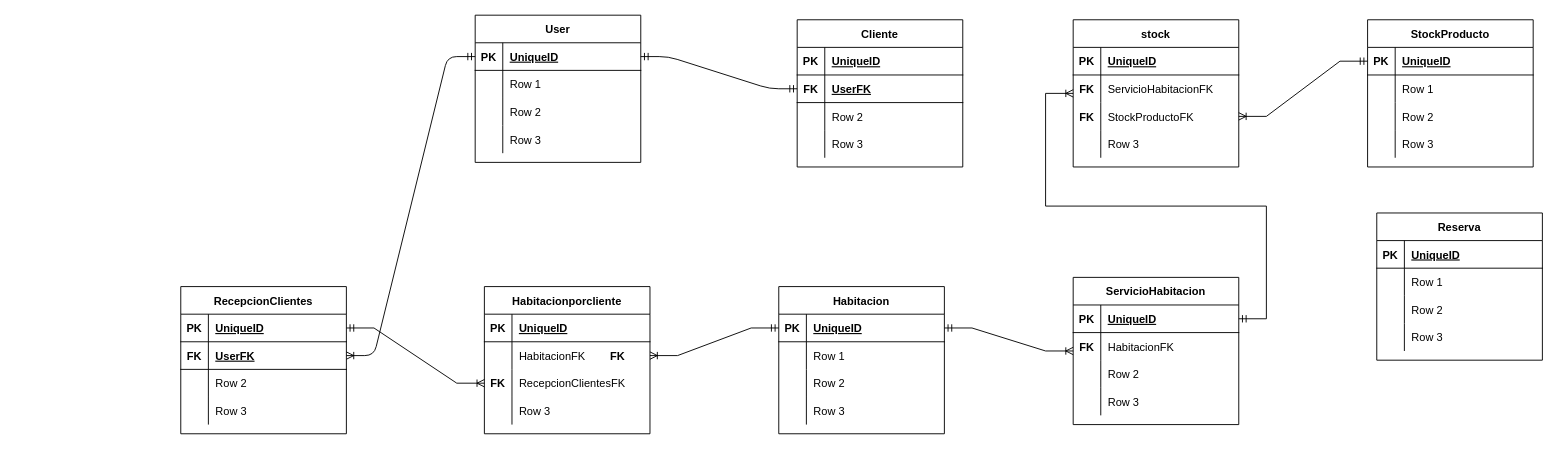
Before: src/Resources/DataBase/ER.drawio in dylan-script/Lappiz_Reservas, a draw.io diagram. Source tidied: cells renumbered, new cells numbered last; positions are measured from the earlier drawing's top-left corner, leaving out a move shared by most shapes. Both pictures are drawn from the tidied source at 92%, with x=0, y=0 at pixel (180, 15).
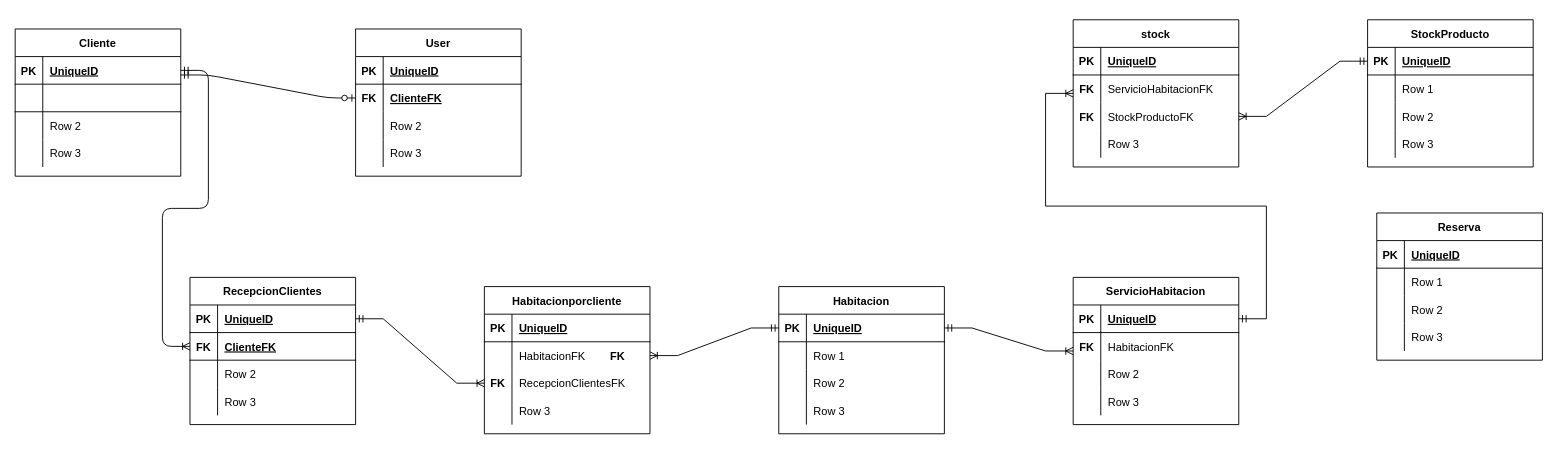
The same diagram, later.

Unchanged cells that the change refers to:
```xml
<mxCell id="3" style="shape=tableRow;horizontal=0;startSize=0;swimlaneHead=0;swimlaneBody=0;fillColor=none;points=[[0,0.5],[1,0.5]];portConstraint=eastwest;top=0;left=0;right=0;bottom=1;" parent="2" vertex="1">
  <mxGeometry y="30" width="180" height="30" as="geometry" />
</mxCell>
<mxCell id="57" style="shape=tableRow;horizontal=0;startSize=0;swimlaneHead=0;swimlaneBody=0;fillColor=none;points=[[0,0.5],[1,0.5]];portConstraint=eastwest;top=0;left=0;right=0;bottom=1;" parent="56" vertex="1">
  <mxGeometry y="30" width="180" height="30" as="geometry" />
</mxCell>
<mxCell id="60" style="shape=tableRow;horizontal=0;startSize=0;swimlaneHead=0;swimlaneBody=0;fillColor=none;top=0;left=0;right=0;bottom=0;" parent="56" vertex="1">
  <mxGeometry y="60" width="180" height="30" as="geometry" />
</mxCell>
<mxCell id="99" style="shape=tableRow;horizontal=0;startSize=0;swimlaneHead=0;swimlaneBody=0;fillColor=none;points=[[0,0.5],[1,0.5]];portConstraint=eastwest;top=0;left=0;right=0;bottom=0;" parent="95" vertex="1">
  <mxGeometry y="60" width="180" height="30" as="geometry" />
</mxCell>
```

What changed in the source:
```diff
@@
     <mxCell id="2" value="Cliente" style="shape=table;startSize=30;childLayout=tableLayout;rowLines=0;fontStyle=1;align=center;" parent="1" vertex="1">
-      <mxGeometry x="670" y="5" width="180" height="160" as="geometry" />
+      <mxGeometry x="-180" y="15" width="180" height="160" as="geometry" />
     </mxCell>
@@
     <mxCell id="56" value="User" style="shape=table;startSize=30;childLayout=tableLayout;rowLines=0;fontStyle=1;align=center;" parent="1" vertex="1">
-      <mxGeometry x="320" width="180" height="160" as="geometry" />
+      <mxGeometry x="190" y="15" width="180" height="160" as="geometry" />
     </mxCell>
@@
-    <mxCell id="62" value="Row 1" style="shape=partialRectangle;fillColor=none;top=0;left=0;bottom=0;right=0;align=left;spacingLeft=6;overflow=hidden;" parent="60" vertex="1">
+    <mxCell id="62" style="shape=partialRectangle;fillColor=none;top=0;left=0;bottom=0;right=0;align=left;spacingLeft=6;overflow=hidden;" parent="60" vertex="1">
       <mxGeometry x="30" width="150" height="30" as="geometry" />
     </mxCell>
@@
     <mxCell id="95" value="RecepcionClientes" style="shape=table;startSize=30;childLayout=tableLayout;rowLines=0;fontStyle=1;align=center;" parent="1" vertex="1">
-      <mxGeometry y="295" width="180" height="160" as="geometry" />
+      <mxGeometry x="10" y="285" width="180" height="160" as="geometry" />
     </mxCell>
@@
     <mxCell id="129" style="shape=tableRow;horizontal=0;startSize=0;swimlaneHead=0;swimlaneBody=0;fillColor=none;points=[[0,0.5],[1,0.5]];portConstraint=eastwest;top=0;left=0;right=0;bottom=1;" parent="1" vertex="1">
-      <mxGeometry x="670" y="65" width="180" height="30" as="geometry" />
+      <mxGeometry x="-180" y="75" width="180" height="30" as="geometry" />
     </mxCell>
-    <mxCell id="130" value="FK" style="shape=partialRectangle;fillColor=none;top=0;left=0;bottom=0;right=0;fontStyle=1;overflow=hidden;" parent="129" vertex="1">
-      <mxGeometry width="30" height="30" as="geometry" />
-    </mxCell>
-    <mxCell id="131" value="UserFK" style="shape=partialRectangle;fillColor=none;top=0;left=0;bottom=0;right=0;align=left;spacingLeft=6;fontStyle=5;overflow=hidden;" parent="129" vertex="1">
-      <mxGeometry x="30" width="150" height="30" as="geometry" />
-    </mxCell>
-    <mxCell id="132" style="edgeStyle=entityRelationEdgeStyle;fontSize=12;html=1;endArrow=ERmandOne;startArrow=ERmandOne;exitX=1;exitY=0.5;exitDx=0;exitDy=0;entryX=0;entryY=0.5;entryDx=0;entryDy=0;" parent="1" edge="1" source="57" target="129">
-      <mxGeometry relative="1" as="geometry" />
-    </mxCell>
-    <mxCell id="133" style="edgeStyle=entityRelationEdgeStyle;fontSize=12;html=1;endArrow=ERoneToMany;startArrow=ERmandOne;entryX=1;entryY=0.5;entryDx=0;entryDy=0;exitX=0;exitY=0.5;exitDx=0;exitDy=0;" parent="1" edge="1" source="57" target="99">
-      <mxGeometry relative="1" as="geometry" />
-    </mxCell>
     <mxCell id="134" style="shape=tableRow;horizontal=0;startSize=0;swimlaneHead=0;swimlaneBody=0;fillColor=none;points=[[0,0.5],[1,0.5]];portConstraint=eastwest;top=0;left=0;right=0;bottom=1;" parent="1" vertex="1">
-      <mxGeometry y="355" width="180" height="30" as="geometry" />
+      <mxGeometry x="10" y="345" width="180" height="30" as="geometry" />
     </mxCell>
@@
-    <mxCell id="136" value="UserFK" style="shape=partialRectangle;fillColor=none;top=0;left=0;bottom=0;right=0;align=left;spacingLeft=6;fontStyle=5;overflow=hidden;" parent="134" vertex="1">
+    <mxCell id="136" value="ClienteFK" style="shape=partialRectangle;fillColor=none;top=0;left=0;bottom=0;right=0;align=left;spacingLeft=6;fontStyle=5;overflow=hidden;" parent="134" vertex="1">
       <mxGeometry x="30" width="150" height="30" as="geometry" />
     </mxCell>
+    <mxCell id="137" style="edgeStyle=entityRelationEdgeStyle;fontSize=12;html=1;endArrow=ERoneToMany;startArrow=ERmandOne;exitX=1;exitY=0.5;exitDx=0;exitDy=0;entryX=0;entryY=0.5;entryDx=0;entryDy=0;" parent="1" edge="1" source="3" target="134">
+      <mxGeometry relative="1" as="geometry" />
+    </mxCell>
+    <mxCell id="138" style="edgeStyle=entityRelationEdgeStyle;fontSize=12;html=1;endArrow=ERzeroToOne;startArrow=ERmandOne;" parent="1" edge="1">
+      <mxGeometry relative="1" as="geometry">
+        <mxPoint y="65" as="sourcePoint" />
+        <mxPoint x="190" y="90" as="targetPoint" />
+      </mxGeometry>
+    </mxCell>
+    <mxCell id="131" value="ClienteFK" style="shape=partialRectangle;fillColor=none;top=0;left=0;bottom=0;right=0;align=left;spacingLeft=6;fontStyle=5;overflow=hidden;" parent="1" vertex="1">
+      <mxGeometry x="220" y="75" width="150" height="30" as="geometry" />
+    </mxCell>
+    <mxCell id="130" value="FK" style="shape=partialRectangle;fillColor=none;top=0;left=0;bottom=0;right=0;fontStyle=1;overflow=hidden;" parent="1" vertex="1">
+      <mxGeometry x="190" y="75" width="30" height="30" as="geometry" />
+    </mxCell>
```
